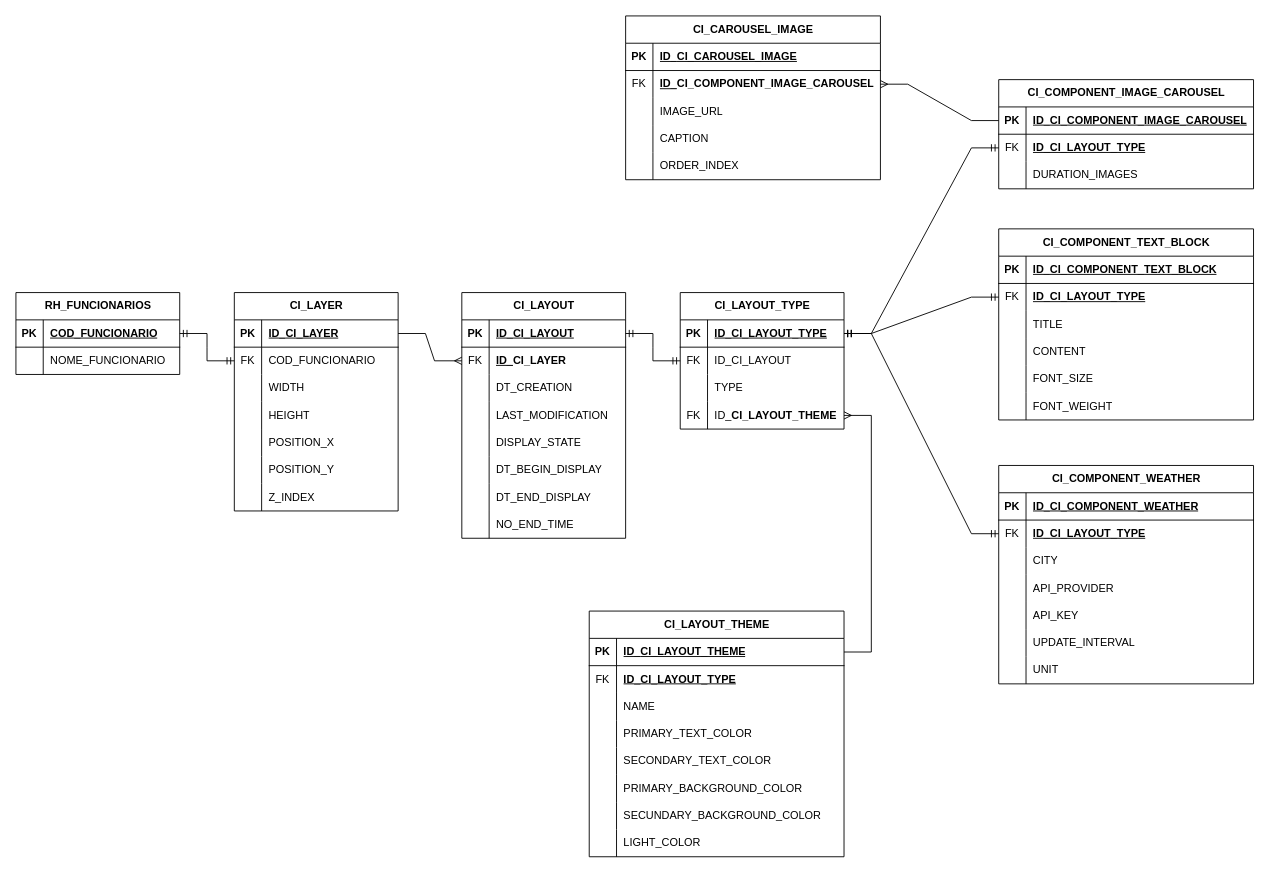
The draw.io diagram Diagrama_Publicidade_SEMAE.drawio in giovaniGuidetti/PHP_with_docker, before the edit. Source tidied: cells renumbered, new cells numbered last; positions are measured from the earlier drawing's top-left corner, leaving out a move shared by most shapes. Both pictures are drawn from the tidied source at 91%, with x=0, y=0 at pixel (-40, 15).
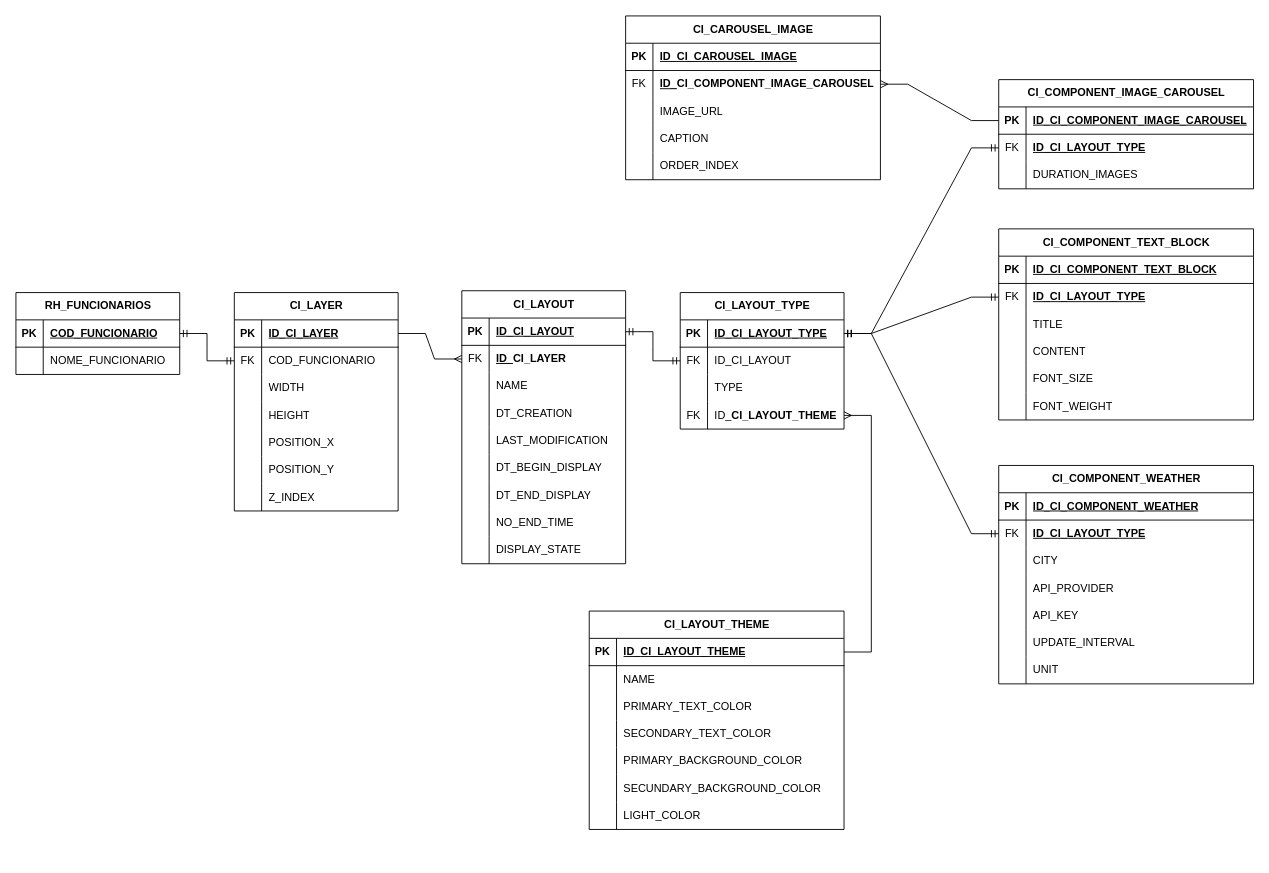
The same page after the edit.

Unchanged cells that the change refers to:
```xml
<mxCell id="9" style="shape=tableRow;horizontal=0;startSize=0;swimlaneHead=0;swimlaneBody=0;fillColor=none;top=0;left=0;right=0;bottom=0;" parent="2" vertex="1">
  <mxGeometry y="90" width="180" height="30" as="geometry" />
</mxCell>
<mxCell id="12" style="shape=tableRow;horizontal=0;startSize=0;swimlaneHead=0;swimlaneBody=0;fillColor=none;top=0;left=0;right=0;bottom=0;" parent="2" vertex="1">
  <mxGeometry y="120" width="180" height="30" as="geometry" />
</mxCell>
<mxCell id="15" style="shape=tableRow;horizontal=0;startSize=0;swimlaneHead=0;swimlaneBody=0;fillColor=none;top=0;left=0;right=0;bottom=0;" parent="2" vertex="1">
  <mxGeometry y="150" width="180" height="30" as="geometry" />
</mxCell>
```

What changed in the source:
```diff
@@
     <mxCell id="2" value="CI_LAYOUT" style="shape=table;startSize=30;childLayout=tableLayout;rowLines=0;fontStyle=1;align=center;html=1;" parent="1" vertex="1">
-      <mxGeometry x="551" y="304" width="180" height="270" as="geometry" />
+      <mxGeometry x="551" y="302" width="180" height="300" as="geometry" />
     </mxCell>
@@
-    <mxCell id="11" value="DT_CREATION" style="shape=partialRectangle;fillColor=none;top=0;left=0;bottom=0;right=0;align=left;spacingLeft=6;overflow=hidden;whiteSpace=wrap;html=1;" parent="9" vertex="1">
+    <mxCell id="11" value="NAME" style="shape=partialRectangle;fillColor=none;top=0;left=0;bottom=0;right=0;align=left;spacingLeft=6;overflow=hidden;whiteSpace=wrap;html=1;" parent="9" vertex="1">
       <mxGeometry x="30" width="150" height="30" as="geometry" />
     </mxCell>
@@
-    <mxCell id="14" value="LAST_MODIFICATION" style="shape=partialRectangle;fillColor=none;top=0;left=0;bottom=0;right=0;align=left;spacingLeft=6;overflow=hidden;whiteSpace=wrap;html=1;" parent="12" vertex="1">
+    <mxCell id="14" value="DT_CREATION" style="shape=partialRectangle;fillColor=none;top=0;left=0;bottom=0;right=0;align=left;spacingLeft=6;overflow=hidden;whiteSpace=wrap;html=1;" parent="12" vertex="1">
       <mxGeometry x="30" width="150" height="30" as="geometry" />
     </mxCell>
@@
-    <mxCell id="17" value="DISPLAY_STATE" style="shape=partialRectangle;fillColor=none;top=0;left=0;bottom=0;right=0;align=left;spacingLeft=6;overflow=hidden;whiteSpace=wrap;html=1;" parent="15" vertex="1">
+    <mxCell id="17" value="LAST_MODIFICATION" style="shape=partialRectangle;fillColor=none;top=0;left=0;bottom=0;right=0;align=left;spacingLeft=6;overflow=hidden;whiteSpace=wrap;html=1;" parent="15" vertex="1">
       <mxGeometry x="30" width="150" height="30" as="geometry" />
     </mxCell>
@@
+    <mxCell id="169" style="shape=tableRow;horizontal=0;startSize=0;swimlaneHead=0;swimlaneBody=0;fillColor=none;top=0;left=0;right=0;bottom=0;" parent="2" vertex="1">
+      <mxGeometry y="270" width="180" height="30" as="geometry" />
+    </mxCell>
+    <mxCell id="170" style="shape=partialRectangle;fillColor=none;top=0;left=0;bottom=0;right=0;overflow=hidden;whiteSpace=wrap;html=1;" parent="169" vertex="1">
+      <mxGeometry width="30" height="30" as="geometry" />
+    </mxCell>
+    <mxCell id="171" value="DISPLAY_STATE" style="shape=partialRectangle;fillColor=none;top=0;left=0;bottom=0;right=0;align=left;spacingLeft=6;overflow=hidden;whiteSpace=wrap;html=1;" parent="169" vertex="1">
+      <mxGeometry x="30" width="150" height="30" as="geometry" />
+    </mxCell>
@@
     <mxCell id="119" value="CI_LAYOUT_THEME" style="shape=table;startSize=30;childLayout=tableLayout;rowLines=0;fontStyle=1;align=center;html=1;" parent="1" vertex="1">
-      <mxGeometry x="691" y="654" width="280" height="270" as="geometry" />
+      <mxGeometry x="691" y="654" width="280" height="240" as="geometry" />
     </mxCell>
@@
-    <mxCell id="123" style="shape=tableRow;horizontal=0;startSize=0;swimlaneHead=0;swimlaneBody=0;fillColor=none;top=0;left=0;right=0;bottom=0;" parent="119" vertex="1">
-      <mxGeometry y="60" width="280" height="30" as="geometry" />
-    </mxCell>
-    <mxCell id="124" value="FK" style="shape=partialRectangle;fillColor=none;top=0;left=0;bottom=0;right=0;fontStyle=0;overflow=hidden;whiteSpace=wrap;html=1;" parent="123" vertex="1">
-      <mxGeometry width="30" height="30" as="geometry" />
-    </mxCell>
-    <mxCell id="125" value="&lt;span style=&quot;font-weight: 700; text-decoration-line: underline;&quot;&gt;ID_CI_LAYOUT_TYPE&lt;/span&gt;" style="shape=partialRectangle;fillColor=none;top=0;left=0;bottom=0;right=0;align=left;spacingLeft=6;fontStyle=0;overflow=hidden;whiteSpace=wrap;html=1;" parent="123" vertex="1">
-      <mxGeometry x="30" width="250" height="30" as="geometry" />
-    </mxCell>
     <mxCell id="126" style="shape=tableRow;horizontal=0;startSize=0;swimlaneHead=0;swimlaneBody=0;fillColor=none;top=0;left=0;right=0;bottom=0;" parent="119" vertex="1">
-      <mxGeometry y="90" width="280" height="30" as="geometry" />
+      <mxGeometry y="60" width="280" height="30" as="geometry" />
     </mxCell>
@@
     <mxCell id="129" style="shape=tableRow;horizontal=0;startSize=0;swimlaneHead=0;swimlaneBody=0;fillColor=none;top=0;left=0;right=0;bottom=0;" parent="119" vertex="1">
-      <mxGeometry y="120" width="280" height="30" as="geometry" />
+      <mxGeometry y="90" width="280" height="30" as="geometry" />
     </mxCell>
@@
     <mxCell id="132" style="shape=tableRow;horizontal=0;startSize=0;swimlaneHead=0;swimlaneBody=0;fillColor=none;top=0;left=0;right=0;bottom=0;" parent="119" vertex="1">
-      <mxGeometry y="150" width="280" height="30" as="geometry" />
+      <mxGeometry y="120" width="280" height="30" as="geometry" />
     </mxCell>
@@
     <mxCell id="135" style="shape=tableRow;horizontal=0;startSize=0;swimlaneHead=0;swimlaneBody=0;fillColor=none;top=0;left=0;right=0;bottom=0;" parent="119" vertex="1">
-      <mxGeometry y="180" width="280" height="30" as="geometry" />
+      <mxGeometry y="150" width="280" height="30" as="geometry" />
     </mxCell>
@@
     <mxCell id="138" style="shape=tableRow;horizontal=0;startSize=0;swimlaneHead=0;swimlaneBody=0;fillColor=none;top=0;left=0;right=0;bottom=0;" parent="119" vertex="1">
-      <mxGeometry y="210" width="280" height="30" as="geometry" />
+      <mxGeometry y="180" width="280" height="30" as="geometry" />
     </mxCell>
@@
     <mxCell id="141" style="shape=tableRow;horizontal=0;startSize=0;swimlaneHead=0;swimlaneBody=0;fillColor=none;top=0;left=0;right=0;bottom=0;" parent="119" vertex="1">
-      <mxGeometry y="240" width="280" height="30" as="geometry" />
+      <mxGeometry y="210" width="280" height="30" as="geometry" />
     </mxCell>
```
